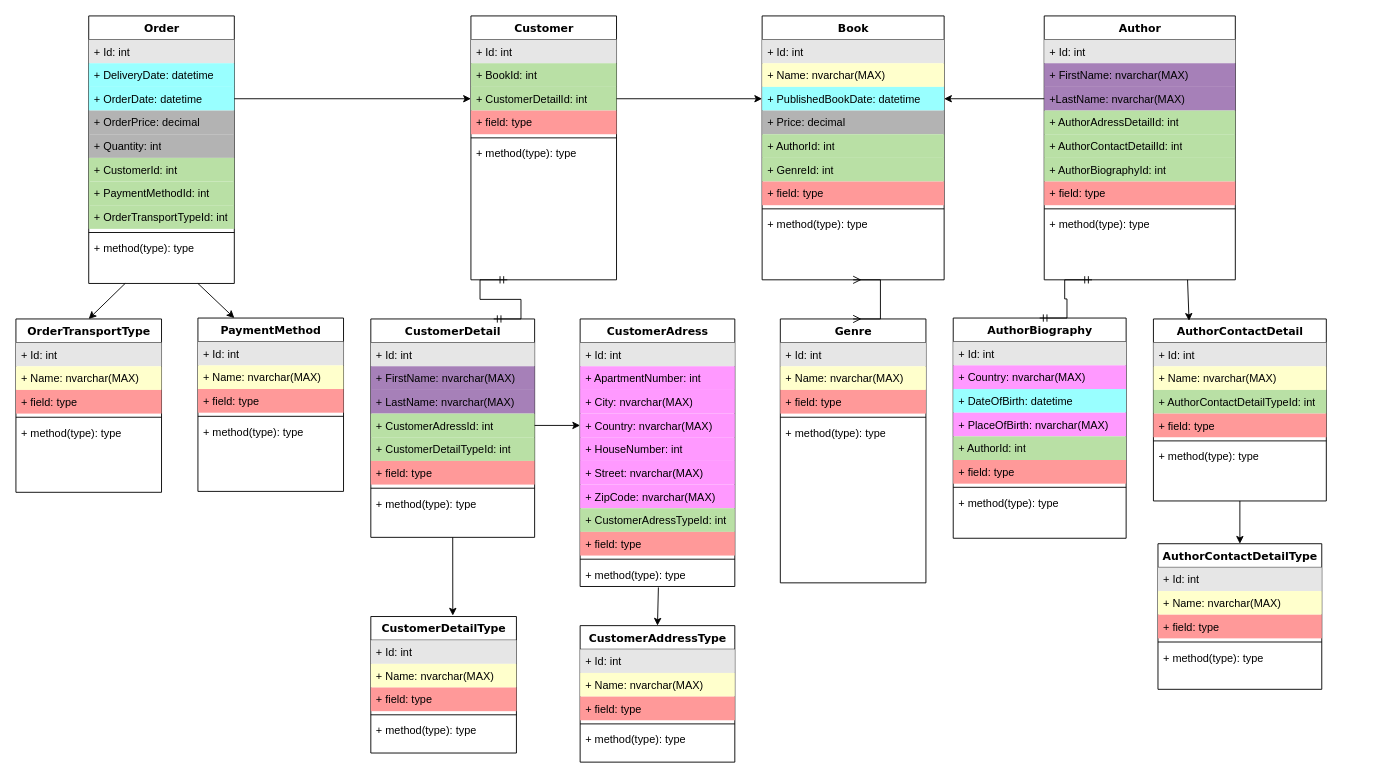
Above: DatabaseMap.drawio in piotr10/BookstoreManagmentAPI (draw.io), before the change. Source tidied: cells renumbered, new cells numbered last; positions are measured from the earlier drawing's top-left corner, leaving out a move shared by most shapes. Both pictures are drawn from the tidied source at 91%, with x=0, y=0 at pixel (15, 15).
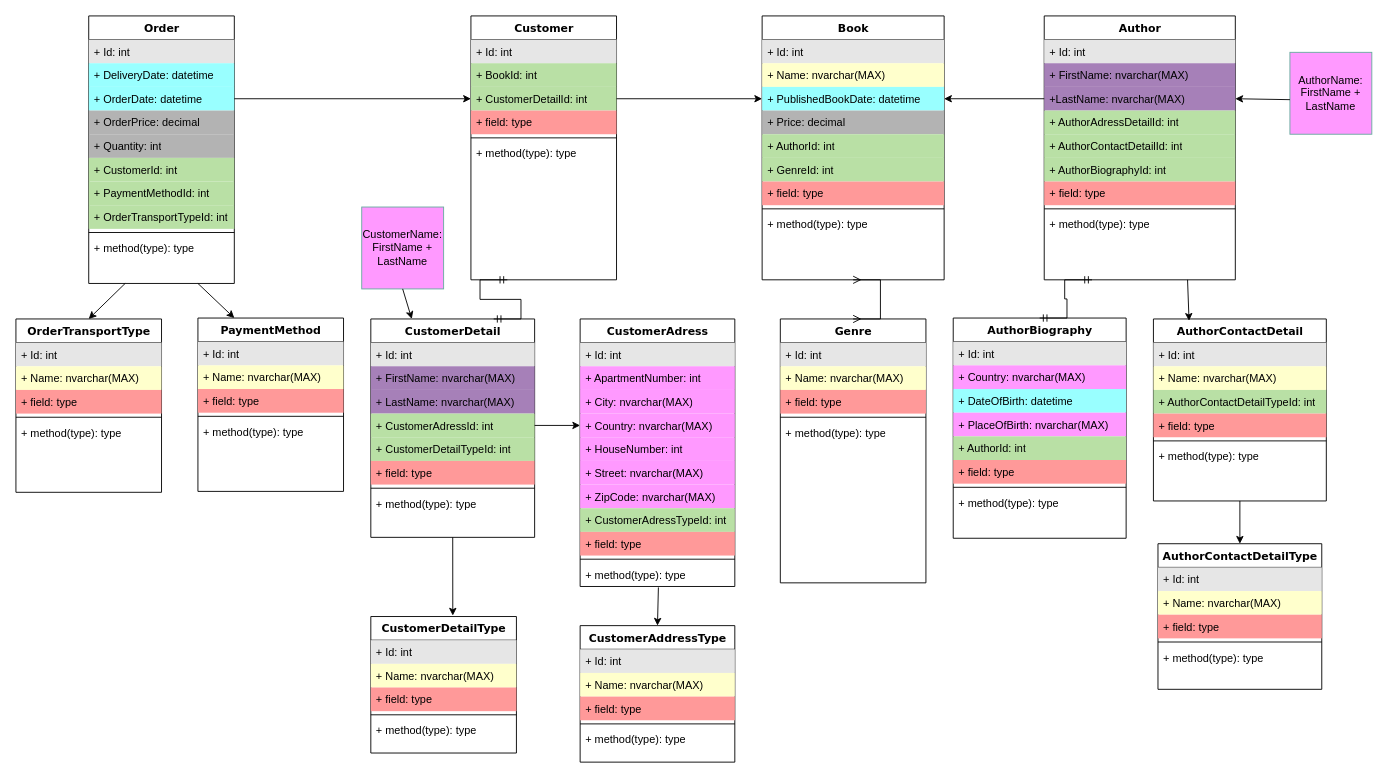
The same diagram, later.

Unchanged cells that the change refers to:
```xml
<mxCell id="22" value="+LastName: nvarchar(MAX)" style="text;html=1;strokeColor=none;fillColor=#A680B8;align=left;verticalAlign=top;spacingLeft=4;spacingRight=4;whiteSpace=wrap;overflow=hidden;points=[[0,0.5],[1,0.5]];portConstraint=eastwest;" parent="19" vertex="1">
  <mxGeometry y="78" width="210" height="26" as="geometry" />
</mxCell>
<mxCell id="53" value="CustomerDetail" style="swimlane;html=1;fontStyle=1;align=center;verticalAlign=top;horizontal=1;startSize=26;swimlaneFillColor=#ffffff;rounded=0;shadow=0;comic=0;labelBackgroundColor=none;strokeWidth=1;fillColor=none;fontFamily=Verdana;fontSize=12;" parent="1" vertex="1">
  <mxGeometry x="390" y="333" width="180" height="240" as="geometry" />
</mxCell>
```

The edit, as a diff of the source:
```diff
@@
+    <mxCell id="126" value="CustomerName:&lt;br&gt;FirstName + LastName" style="whiteSpace=wrap;html=1;strokeColor=#67AB9F;fillColor=#FF99FF;" parent="1" vertex="1">
+      <mxGeometry x="380" y="210" width="90" height="90" as="geometry" />
+    </mxCell>
+    <mxCell id="127" style="endArrow=classic;html=1;rounded=0;exitX=0.5;exitY=1;exitDx=0;exitDy=0;entryX=0.25;entryY=0;entryDx=0;entryDy=0;" parent="1" edge="1" source="126" target="53">
+      <mxGeometry relative="1" as="geometry" />
+    </mxCell>
+    <mxCell id="128" value="AuthorName:&lt;br&gt;FirstName + LastName" style="whiteSpace=wrap;html=1;strokeColor=#67AB9F;fillColor=#FF99FF;" parent="1" vertex="1">
+      <mxGeometry x="1400" y="40" width="90" height="90" as="geometry" />
+    </mxCell>
+    <mxCell id="129" style="endArrow=classic;html=1;rounded=0;exitX=0;exitY=0.578;exitDx=0;exitDy=0;entryX=1;entryY=0.5;entryDx=0;entryDy=0;exitPerimeter=0;" parent="1" edge="1" source="128" target="22">
+      <mxGeometry relative="1" as="geometry" />
+    </mxCell>
```
